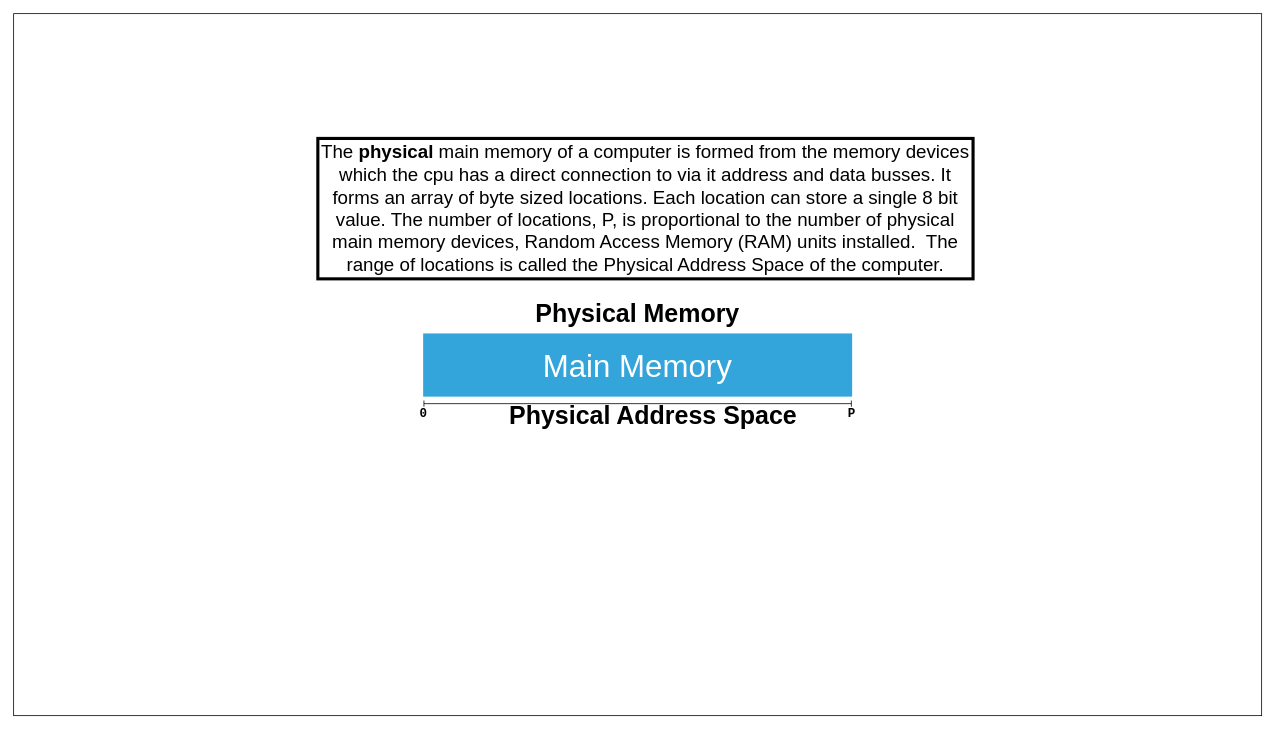
The draw.io diagram page "PhysMem-002" (2 of 27) of underthecovers/images/src/VMM.drawio in jappavoo/UndertheCovers, before the edit. Source tidied: cells renumbered, new cells numbered last; positions are measured from the earlier drawing's top-left corner, leaving out a move shared by most shapes. Both pictures are drawn from the tidied source at 78%, with x=0, y=0 at pixel (13, 13).
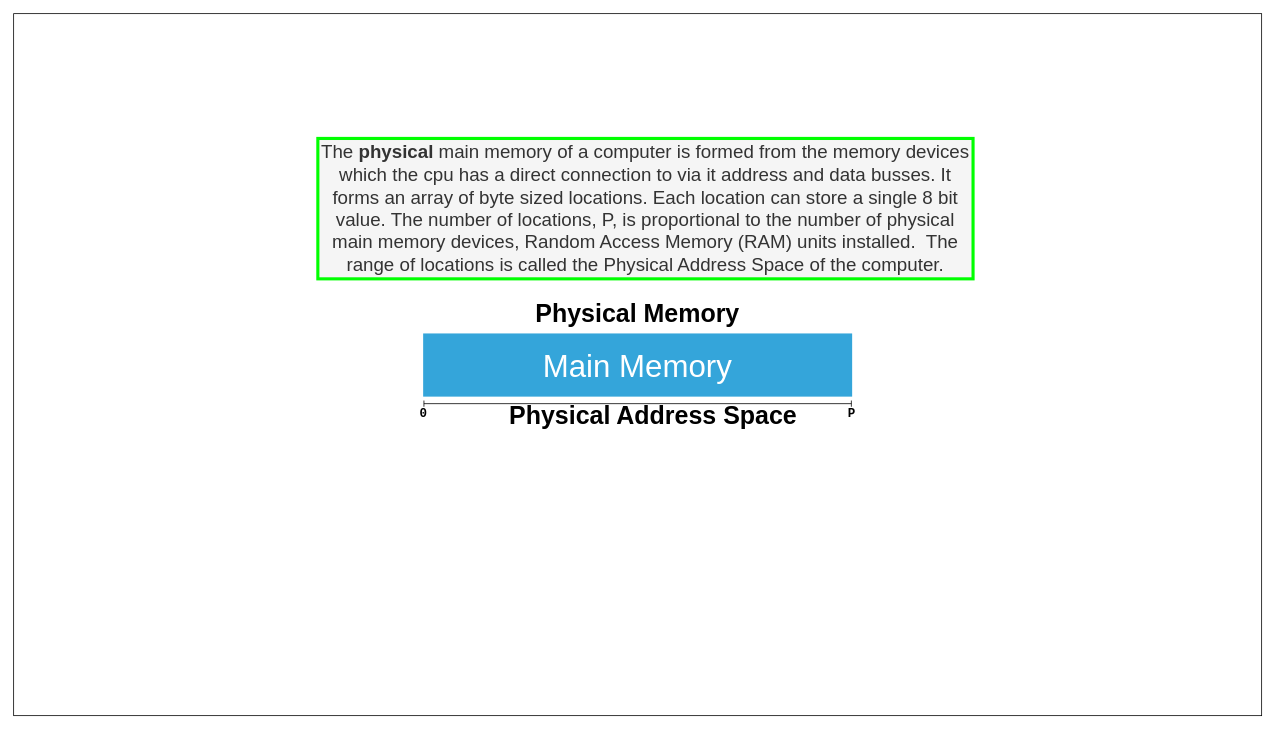
After the change.

The edit, as a diff of the source:
```diff
@@
 <mxGraphModel>
   <root>
     <mxCell id="0" />
     <mxCell id="1" parent="0" />
     <mxCell id="2" style="rounded=0;whiteSpace=wrap;html=1;fontSize=20;fillColor=default;" parent="1" vertex="1">
       <mxGeometry width="1600" height="900" as="geometry" />
     </mxCell>
     <mxCell id="3" value="Main Memory" style="rounded=0;whiteSpace=wrap;html=1;fontSize=40;fontColor=#FFFFFF;strokeWidth=3;fillColor=#34A5DA;strokeColor=none;" parent="1" vertex="1">
       <mxGeometry x="525" y="410" width="550" height="81" as="geometry" />
     </mxCell>
-    <mxCell id="4" value="&lt;span style=&quot;font-size: 24px;&quot;&gt;The &lt;b&gt;physical&lt;/b&gt; main memory of a computer is formed from the memory devices which the cpu has a direct connection to via it address and data busses. It forms an array of byte sized locations. Each location can store a single 8 bit value. The number of locations, P, is proportional to the number of physical main memory devices, Random Access Memory (RAM) units installed.&amp;nbsp; The range of locations is called the Physical Address Space of the computer.&lt;/span&gt;" style="rounded=0;whiteSpace=wrap;html=1;strokeWidth=4;fontSize=24;" parent="1" vertex="1">
+    <mxCell id="4" value="&lt;span style=&quot;font-size: 24px;&quot;&gt;The &lt;b&gt;physical&lt;/b&gt; main memory of a computer is formed from the memory devices which the cpu has a direct connection to via it address and data busses. It forms an array of byte sized locations. Each location can store a single 8 bit value. The number of locations, P, is proportional to the number of physical main memory devices, Random Access Memory (RAM) units installed.&amp;nbsp; The range of locations is called the Physical Address Space of the computer.&lt;/span&gt;" style="rounded=0;whiteSpace=wrap;html=1;strokeWidth=4;fontSize=24;fillColor=#f5f5f5;fontColor=#333333;strokeColor=#00FF00;" parent="1" vertex="1">
       <mxGeometry x="390" y="160" width="840" height="180" as="geometry" />
     </mxCell>
     <mxCell id="5" value="Physical Memory" style="text;html=1;strokeColor=none;fillColor=none;align=center;verticalAlign=middle;whiteSpace=wrap;rounded=0;strokeWidth=4;fontSize=32;fontStyle=1;" parent="1" vertex="1">
       <mxGeometry x="660" y="370" width="280" height="30" as="geometry" />
     </mxCell>
     <mxCell id="6" value="Physical Address Space" style="text;html=1;strokeColor=none;fillColor=none;align=center;verticalAlign=middle;whiteSpace=wrap;rounded=0;strokeWidth=4;fontSize=32;fontStyle=1;" parent="1" vertex="1">
       <mxGeometry x="615" y="501" width="410" height="30" as="geometry" />
     </mxCell>
     <mxCell id="7" style="endArrow=baseDash;startArrow=baseDash;html=1;rounded=0;fontSize=32;startFill=0;endFill=0;" parent="1" edge="1">
       <mxGeometry relative="1" as="geometry">
         <mxPoint x="526" y="500" as="sourcePoint" />
         <mxPoint x="1074" y="500" as="targetPoint" />
       </mxGeometry>
     </mxCell>
     <mxCell id="8" value="&lt;span style=&quot;font-size: 16px;&quot;&gt;0&lt;/span&gt;" style="text;html=1;align=center;verticalAlign=middle;fillColor=none;strokeColor=none;rounded=0;fontSize=24;fontFamily=Courier New;fontStyle=1;" parent="1" vertex="1">
       <mxGeometry x="510" y="491" width="30" height="40" as="geometry" />
     </mxCell>
     <mxCell id="9" value="&lt;span style=&quot;font-size: 16px;&quot;&gt;P&lt;/span&gt;" style="text;html=1;align=center;verticalAlign=middle;fillColor=none;strokeColor=none;rounded=0;fontSize=24;fontFamily=Courier New;fontStyle=1;" parent="1" vertex="1">
       <mxGeometry x="1059" y="491" width="30" height="40" as="geometry" />
     </mxCell>
   </root>
 </mxGraphModel>
```
